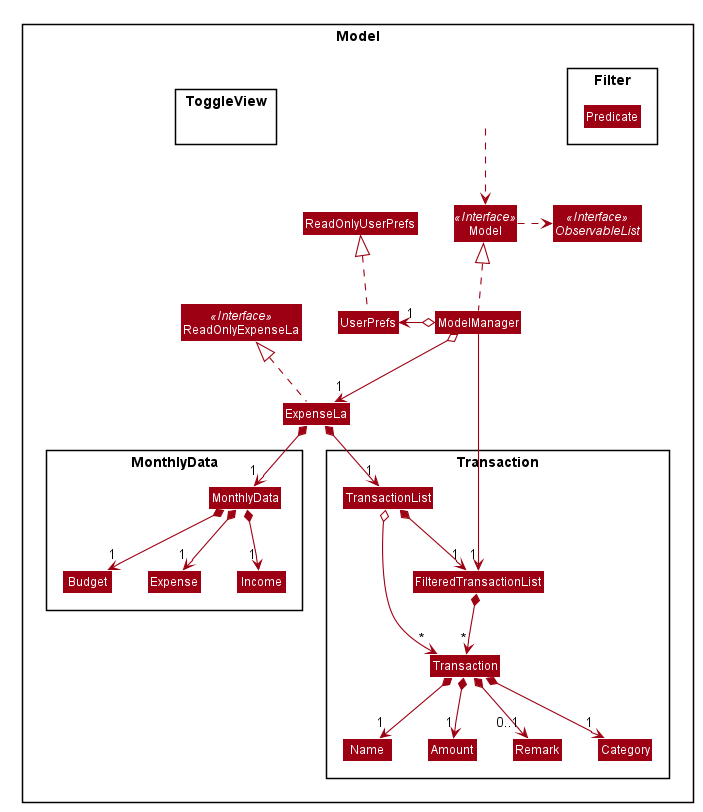
The PlantUML diagram docs/images/ModelClassDiagram.png in nus-cs2103-AY1920S2/addressbook-level3, before a commit.
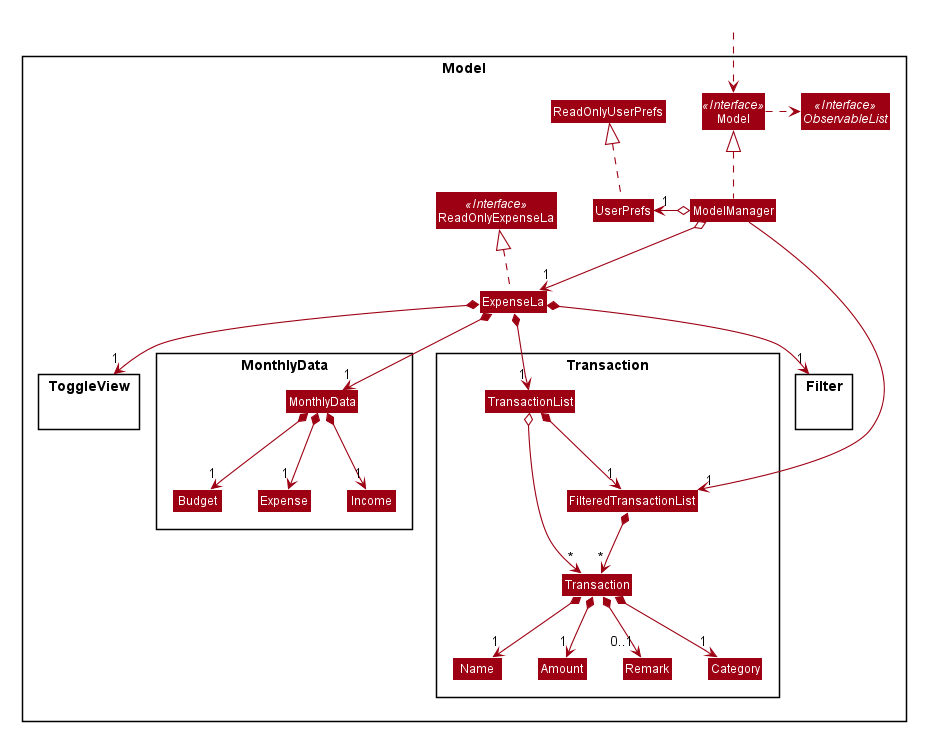
Later version of the same file.

Commit message:
changed filter panel to display date month in text form

What changed in the source:
```diff
@@ -51,6 +51,7 @@
 skinparam arrowColor #9D0012
 skinparam classBackgroundColor #9D0012
 
+Class HiddenOutside
 Package Model <<Rectangle>>{
 Interface ReadOnlyExpenseLa <<Interface>>
 Interface Model <<Interface>>
@@ -61,6 +62,7 @@
 Class ModelManager
 Class UserPrefs
 Class ReadOnlyUserPrefs
+
 
 Package Transaction {
 Class Transaction
@@ -80,14 +82,12 @@
 }
 
 Package Filter {
-Class Predicate
+
 }
 
 Package ToggleView {
 
 }
-
-
 
 Class HiddenOutside #FFFFFF
 HiddenOutside ..> Model
@@ -107,10 +107,15 @@
 Transaction *--> "1" Amount
 Transaction *--> "1" Category
 Transaction *--> "0..1" Remark
+
 ExpenseLa *--> "1" MonthlyData
 MonthlyData *--> "1" Budget
 MonthlyData *--> "1" Expense
 MonthlyData *--> "1" Income
+
+ExpenseLa *--> "1" ToggleView
+
+ExpenseLa *--> "1" Filter
 
 Name -[hidden]right-> Amount
 Amount -[hidden]right-> Remark
```
